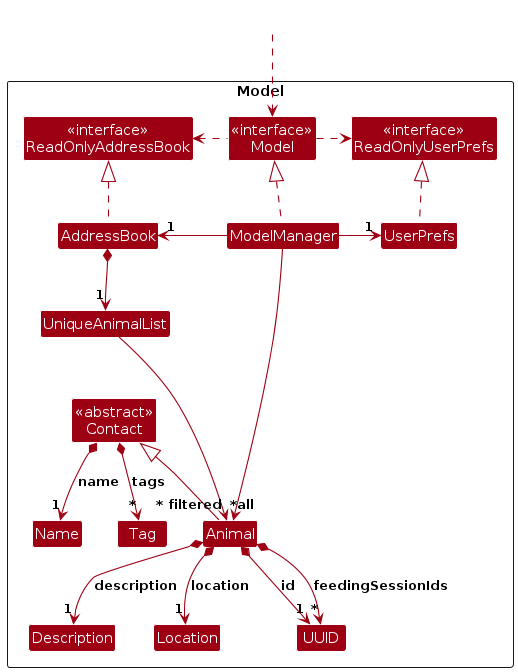
Earlier version of the PlantUML export diagrams/ModelAnimalClassDiagram.png (AY2526S1-CS2103T-W14-3/tp). Its source is kept beside it as diagrams/ModelAnimalClassDiagram.puml.
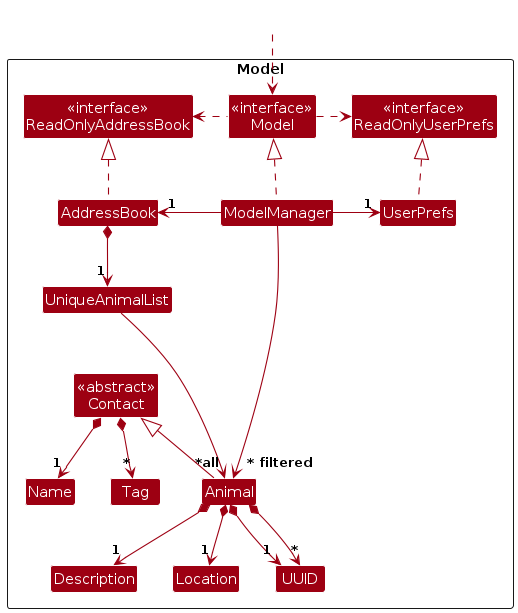
The same diagram one commit later.

What changed in the source:
```diff
@@ -40,13 +40,13 @@
 UniqueAnimalList --> "~*all" Animal
 
 Animal -up-|> Contact
-Contact *--> "1" Name : name
-Contact *--> "*" Tag : tags
+Contact *--> "1" Name
+Contact *--> "*" Tag
 
-Animal *--> "1" UUID : id
-Animal *--> "1" Description : description
-Animal *--> "1" Location : location
-Animal *--> "*" UUID : feedingSessionIds
+Animal *--> "1" UUID
+Animal *--> "1" Description
+Animal *--> "1" Location
+Animal *--> "*" UUID
 
 Animal -[hidden]up--> I
 UniqueAnimalList -[hidden]right-> I
```
